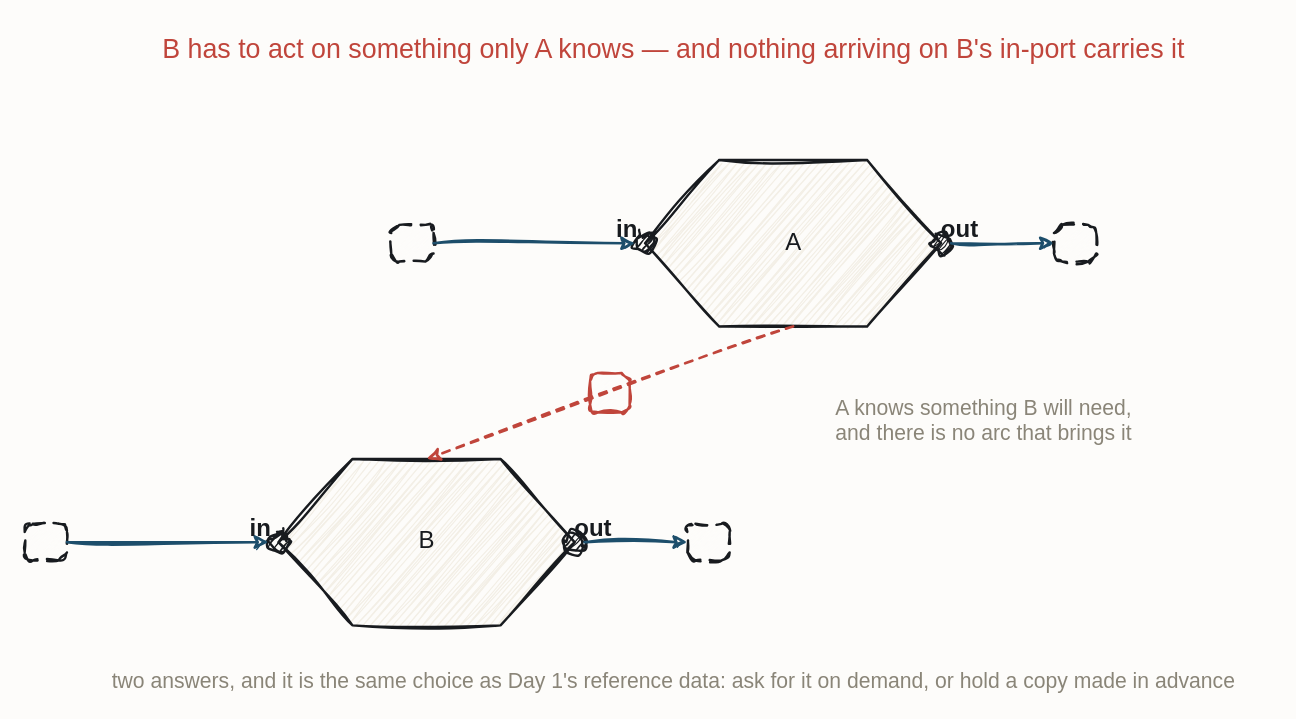
Before: resources/flow-lookup-question.drawio in iancooper/practical-messaging, a draw.io diagram. Source tidied: cells renumbered, new cells numbered last; positions are measured from the earlier drawing's top-left corner, leaving out a move shared by most shapes. Both pictures are drawn from the tidied source at 141%, with x=0, y=0 at pixel (24, 24).
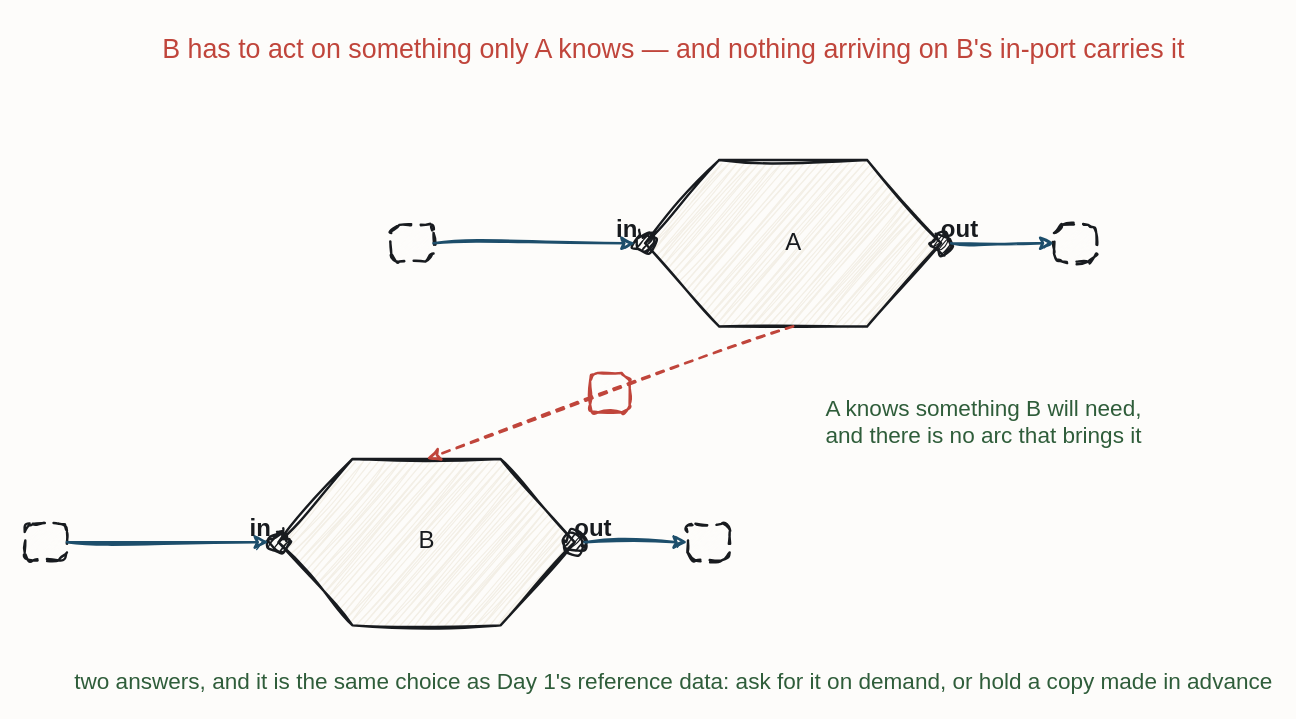
Above is the later version.

The edit, as a diff of the source:
```diff
@@
-    <mxCell id="18" value="A knows something B will need,&#10;and there is no arc that brings it" style="text;html=1;align=center;fontFamily=Caveat;fontSize=15;fontColor=#8A8578;" parent="1" vertex="1">
+    <mxCell id="18" value="A knows something B will need,&#10;and there is no arc that brings it" style="text;html=1;align=center;fontFamily=Caveat;fontSize=16;fontColor=#2F5D3A;" parent="1" vertex="1">
       <mxGeometry x="620" y="256" width="120" height="20" as="geometry" />
     </mxCell>
-    <mxCell id="19" value="two answers, and it is the same choice as Day 1's reference data: ask for it on demand, or hold a copy made in advance" style="text;html=1;align=center;fontFamily=Caveat;fontSize=15;fontColor=#8A8578;" parent="1" vertex="1">
+    <mxCell id="19" value="two answers, and it is the same choice as Day 1's reference data: ask for it on demand, or hold a copy made in advance" style="text;html=1;align=center;fontFamily=Caveat;fontSize=16;fontColor=#2F5D3A;" parent="1" vertex="1">
       <mxGeometry x="400" y="450" width="120" height="20" as="geometry" />
     </mxCell>
```
